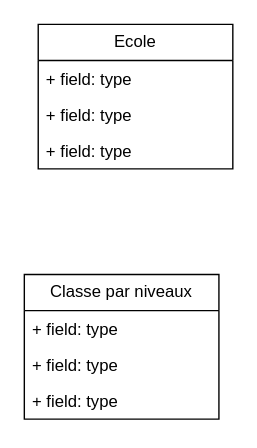
The draw.io diagram gestion_ecole.drawio in johandeschamps/gestion_ecole, before the edit. Source tidied: cells renumbered, new cells numbered last; positions are measured from the earlier drawing's top-left corner, leaving out a move shared by most shapes. Both pictures are drawn from the tidied source at 139%, with x=0, y=0 at pixel (24, 24).
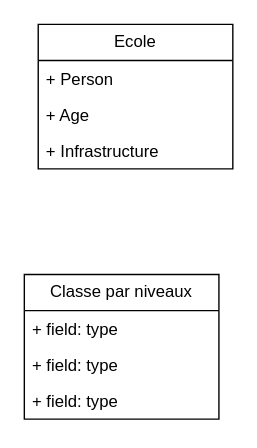
After the change.

Commit message (it also covers changes not shown here):
Mettre à jour gestion_ecole.drawio

What changed in the source:
```diff
@@
 <mxGraphModel>
   <root>
     <mxCell id="0" />
     <mxCell id="1" parent="0" />
     <mxCell id="2" value="Ecole" style="swimlane;fontStyle=0;horizontal=1;startSize=26;fillColor=none;whiteSpace=wrap;html=1;" parent="1" vertex="1">
       <mxGeometry x="10" width="140" height="104" as="geometry" />
     </mxCell>
-    <mxCell id="3" value="+ field: type" style="text;strokeColor=none;fillColor=none;align=left;verticalAlign=top;spacingLeft=4;spacingRight=4;overflow=hidden;whiteSpace=wrap;html=1;" parent="2" vertex="1">
+    <mxCell id="3" value="+ Person" style="text;strokeColor=none;fillColor=none;align=left;verticalAlign=top;spacingLeft=4;spacingRight=4;overflow=hidden;whiteSpace=wrap;html=1;" parent="2" vertex="1">
       <mxGeometry y="26" width="140" height="26" as="geometry" />
     </mxCell>
-    <mxCell id="4" value="+ field: type" style="text;strokeColor=none;fillColor=none;align=left;verticalAlign=top;spacingLeft=4;spacingRight=4;overflow=hidden;whiteSpace=wrap;html=1;" parent="2" vertex="1">
+    <mxCell id="4" value="+ Age" style="text;strokeColor=none;fillColor=none;align=left;verticalAlign=top;spacingLeft=4;spacingRight=4;overflow=hidden;whiteSpace=wrap;html=1;" parent="2" vertex="1">
       <mxGeometry y="52" width="140" height="26" as="geometry" />
     </mxCell>
-    <mxCell id="5" value="+ field: type" style="text;strokeColor=none;fillColor=none;align=left;verticalAlign=top;spacingLeft=4;spacingRight=4;overflow=hidden;whiteSpace=wrap;html=1;" parent="2" vertex="1">
+    <mxCell id="5" value="+ Infrastructure" style="text;strokeColor=none;fillColor=none;align=left;verticalAlign=top;spacingLeft=4;spacingRight=4;overflow=hidden;whiteSpace=wrap;html=1;" parent="2" vertex="1">
       <mxGeometry y="78" width="140" height="26" as="geometry" />
     </mxCell>
     <mxCell id="6" value="Classe par niveaux" style="swimlane;fontStyle=0;horizontal=1;startSize=26;fillColor=none;whiteSpace=wrap;html=1;" parent="1" vertex="1">
       <mxGeometry y="180" width="140" height="104" as="geometry" />
     </mxCell>
     <mxCell id="7" value="+ field: type" style="text;strokeColor=none;fillColor=none;align=left;verticalAlign=top;spacingLeft=4;spacingRight=4;overflow=hidden;whiteSpace=wrap;html=1;" parent="6" vertex="1">
       <mxGeometry y="26" width="140" height="26" as="geometry" />
     </mxCell>
     <mxCell id="8" value="+ field: type" style="text;strokeColor=none;fillColor=none;align=left;verticalAlign=top;spacingLeft=4;spacingRight=4;overflow=hidden;whiteSpace=wrap;html=1;" parent="6" vertex="1">
       <mxGeometry y="52" width="140" height="26" as="geometry" />
     </mxCell>
     <mxCell id="9" value="+ field: type" style="text;strokeColor=none;fillColor=none;align=left;verticalAlign=top;spacingLeft=4;spacingRight=4;overflow=hidden;whiteSpace=wrap;html=1;" parent="6" vertex="1">
       <mxGeometry y="78" width="140" height="26" as="geometry" />
     </mxCell>
   </root>
 </mxGraphModel>
```
